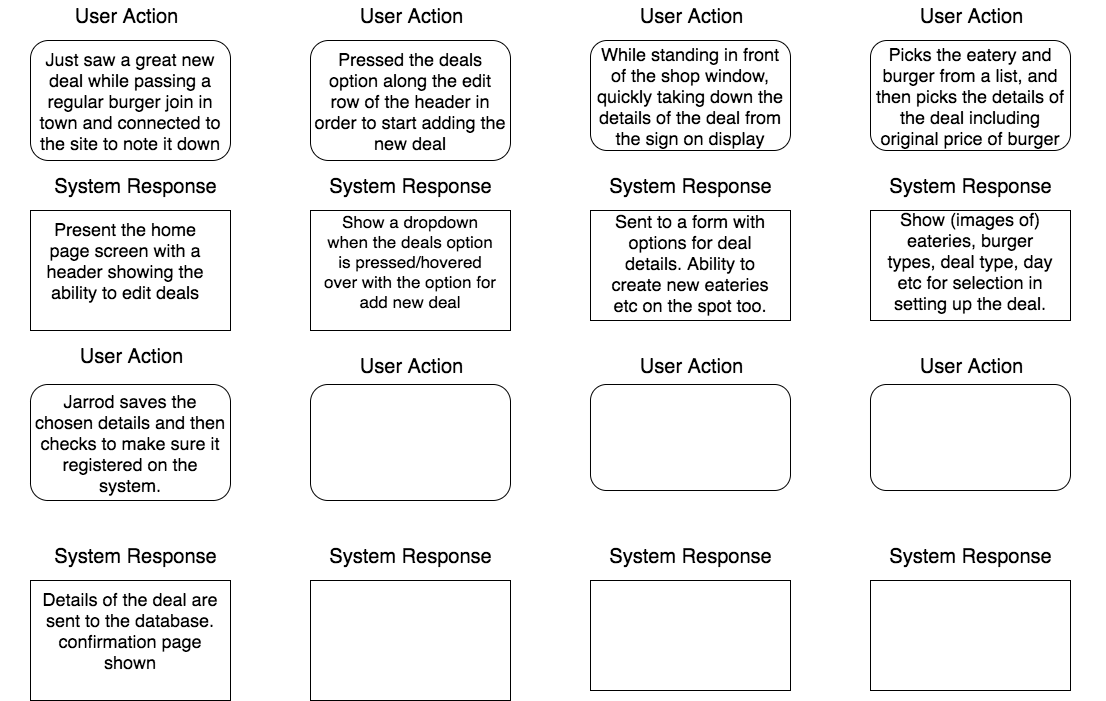
The draw.io diagram planning/user_journey_view_burger_type_deals.png in dinhosang/cc_project_1_burger_deals, before a commit. Source tidied: cells renumbered, new cells last; positions are measured from the earlier drawing's top-left corner, leaving out a move shared by most shapes.
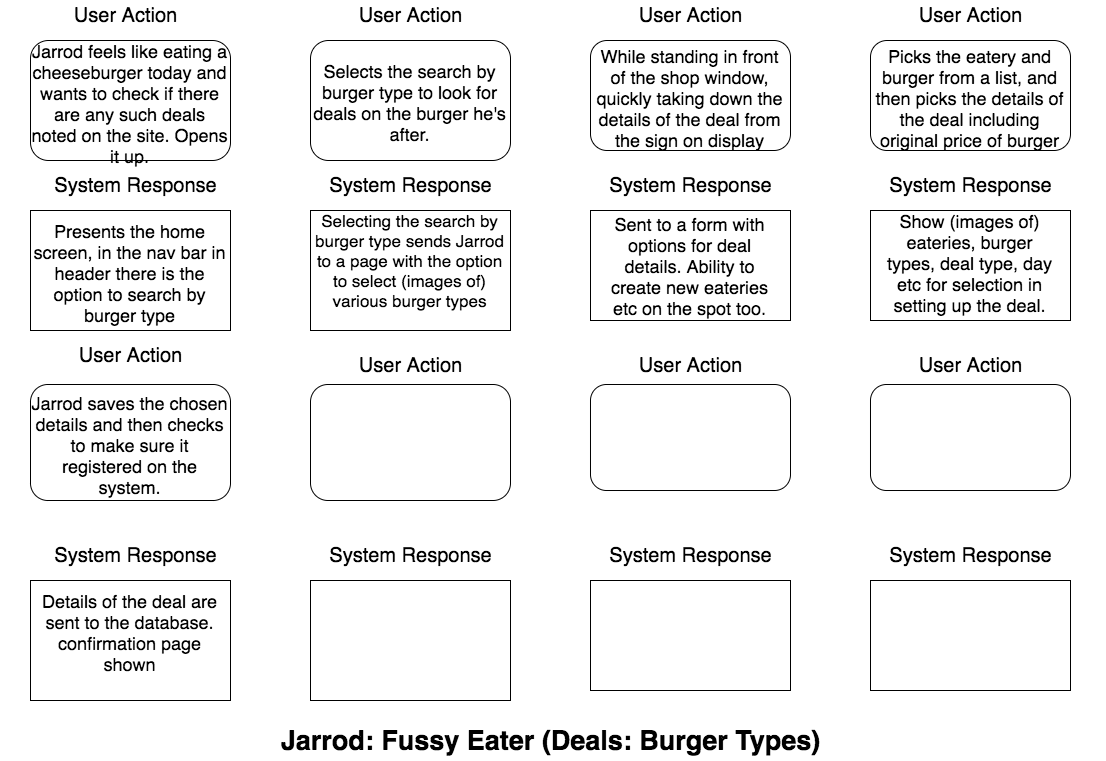
Above is the later version.

What changed in the source:
```diff
@@ -2,10 +2,10 @@
   <root>
     <mxCell id="0" />
     <mxCell id="1" parent="0" />
-    <mxCell id="2" value="&lt;span style=&quot;text-align: left&quot;&gt;&lt;font style=&quot;font-size: 18px&quot;&gt;Just saw a great new deal while passing a regular burger join in town and connected to the site to note it down&lt;/font&gt;&lt;/span&gt;&lt;br&gt;" style="shape=ext;rounded=1;html=1;whiteSpace=wrap;" parent="1" vertex="1">
+    <mxCell id="2" value="&lt;span style=&quot;text-align: left&quot;&gt;&lt;font style=&quot;font-size: 18px&quot;&gt;Jarrod feels like eating a cheeseburger today and wants to check if there are any such deals noted on the site. Opens it up.&lt;/font&gt;&lt;/span&gt;&lt;br&gt;" style="shape=ext;rounded=1;html=1;whiteSpace=wrap;" parent="1" vertex="1">
       <mxGeometry x="30" y="40" width="200" height="120" as="geometry" />
     </mxCell>
-    <mxCell id="3" value="&lt;font style=&quot;font-size: 18px&quot;&gt;Pressed the deals option along the edit row of the header in order to start adding the new deal&lt;/font&gt;" style="shape=ext;rounded=1;html=1;whiteSpace=wrap;" parent="1" vertex="1">
+    <mxCell id="3" value="&lt;font style=&quot;font-size: 18px&quot;&gt;Selects the search by burger type to look for deals on the burger he's after.&lt;/font&gt;" style="shape=ext;rounded=1;html=1;whiteSpace=wrap;" parent="1" vertex="1">
       <mxGeometry x="310" y="40" width="200" height="120" as="geometry" />
     </mxCell>
     <mxCell id="4" value="&lt;font style=&quot;font-size: 18px&quot;&gt;While standing in front of the shop window, quickly taking down the details of the deal from the sign on display&lt;/font&gt;" style="shape=ext;rounded=1;html=1;whiteSpace=wrap;" parent="1" vertex="1">
@@ -26,9 +26,6 @@
     <mxCell id="9" style="shape=ext;rounded=1;html=1;whiteSpace=wrap;" parent="1" vertex="1">
       <mxGeometry x="870" y="384" width="200" height="106" as="geometry" />
     </mxCell>
-    <mxCell id="10" style="rounded=0;whiteSpace=wrap;html=1;" parent="1" vertex="1">
-      <mxGeometry x="30" y="210" width="200" height="120" as="geometry" />
-    </mxCell>
     <mxCell id="11" style="rounded=0;whiteSpace=wrap;html=1;" parent="1" vertex="1">
       <mxGeometry x="870" y="580" width="200" height="110" as="geometry" />
     </mxCell>
@@ -47,11 +44,8 @@
     <mxCell id="16" style="rounded=0;whiteSpace=wrap;html=1;" parent="1" vertex="1">
       <mxGeometry x="590" y="210" width="200" height="110" as="geometry" />
     </mxCell>
-    <mxCell id="17" style="rounded=0;whiteSpace=wrap;html=1;" parent="1" vertex="1">
-      <mxGeometry x="310" y="210" width="200" height="120" as="geometry" />
-    </mxCell>
-    <mxCell id="18" value="&lt;font style=&quot;font-size: 18px&quot;&gt;Present the home page screen with a header showing the ability to edit deals&lt;/font&gt;" style="text;html=1;strokeColor=none;fillColor=none;align=center;verticalAlign=middle;whiteSpace=wrap;rounded=0;" parent="1" vertex="1">
-      <mxGeometry x="35" y="220" width="180" height="80" as="geometry" />
+    <mxCell id="18" value="&lt;font style=&quot;font-size: 18px&quot;&gt;Presents the home screen, in the nav bar in header there is the option to search by burger type&lt;/font&gt;" style="text;html=1;strokeColor=#000000;fillColor=#ffffff;align=center;verticalAlign=middle;whiteSpace=wrap;rounded=0;strokeWidth=1;" parent="1" vertex="1">
+      <mxGeometry x="30" y="210" width="200" height="120" as="geometry" />
     </mxCell>
     <mxCell id="19" value="&lt;font style=&quot;font-size: 18px&quot;&gt;Show (images of) eateries, burger types, deal type, day etc for selection in setting up the deal.&lt;/font&gt;" style="text;html=1;strokeColor=none;fillColor=none;align=center;verticalAlign=middle;whiteSpace=wrap;rounded=0;" parent="1" vertex="1">
       <mxGeometry x="880" y="220" width="180" height="80" as="geometry" />
@@ -59,8 +53,8 @@
     <mxCell id="20" value="&lt;font style=&quot;font-size: 18px&quot;&gt;Sent to a form with options for deal details. Ability to create new eateries etc on the spot too.&lt;/font&gt;" style="text;html=1;strokeColor=none;fillColor=none;align=center;verticalAlign=middle;whiteSpace=wrap;rounded=0;" parent="1" vertex="1">
       <mxGeometry x="600" y="225" width="180" height="75" as="geometry" />
     </mxCell>
-    <mxCell id="21" value="&lt;font style=&quot;font-size: 17px&quot;&gt;Show a dropdown when the deals option is pressed/hovered over with the option for add new deal&lt;/font&gt;" style="text;html=1;strokeColor=none;fillColor=none;align=center;verticalAlign=middle;whiteSpace=wrap;rounded=0;" parent="1" vertex="1">
-      <mxGeometry x="320" y="220" width="180" height="80" as="geometry" />
+    <mxCell id="21" value="&lt;font style=&quot;font-size: 17px&quot;&gt;Selecting the search by burger type sends Jarrod to a page with the option to select (images of) various burger types&lt;/font&gt;" style="text;html=1;strokeColor=#000000;fillColor=#ffffff;align=center;verticalAlign=middle;whiteSpace=wrap;rounded=0;" parent="1" vertex="1">
+      <mxGeometry x="310" y="210" width="200" height="120" as="geometry" />
     </mxCell>
     <mxCell id="22" value="&lt;font style=&quot;font-size: 18px&quot;&gt;Details of the deal are sent to the database. confirmation page shown&lt;/font&gt;" style="text;html=1;strokeColor=none;fillColor=none;align=center;verticalAlign=middle;whiteSpace=wrap;rounded=0;" parent="1" vertex="1">
       <mxGeometry x="40" y="590" width="180" height="80" as="geometry" />
@@ -113,5 +107,8 @@
     <mxCell id="38" value="&lt;font style=&quot;font-size: 20px&quot;&gt;User Action&lt;/font&gt;" style="text;html=1;strokeColor=none;fillColor=none;align=center;verticalAlign=middle;whiteSpace=wrap;rounded=0;" parent="1" vertex="1">
       <mxGeometry x="595" width="190" height="30" as="geometry" />
     </mxCell>
+    <mxCell id="39" value="&lt;font style=&quot;font-size: 27px&quot;&gt;&lt;b&gt;Jarrod: Fussy Eater (Deals: Burger Types)&lt;/b&gt;&lt;/font&gt;" style="text;html=1;strokeColor=none;fillColor=none;align=center;verticalAlign=middle;whiteSpace=wrap;rounded=0;" parent="1" vertex="1">
+      <mxGeometry x="250" y="720" width="600" height="40" as="geometry" />
+    </mxCell>
   </root>
 </mxGraphModel>
```
